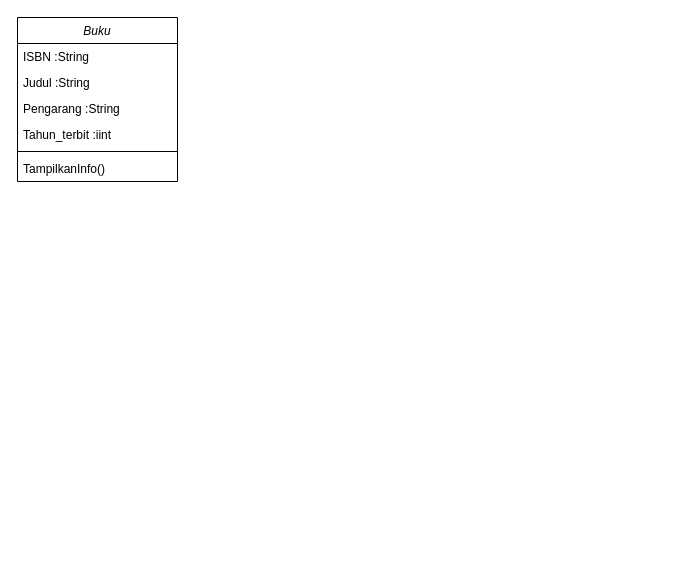
zzarr/Project3-design-diagram keeps this draw.io diagram as Latihan1Praktikum4.drawio. Above is the earlier version. Source tidied: cells renumbered, new cells numbered last; positions are measured from the earlier drawing's top-left corner, leaving out a move shared by most shapes. Both pictures are drawn from the tidied source at 100%, with x=0, y=0 at pixel (17, 17).
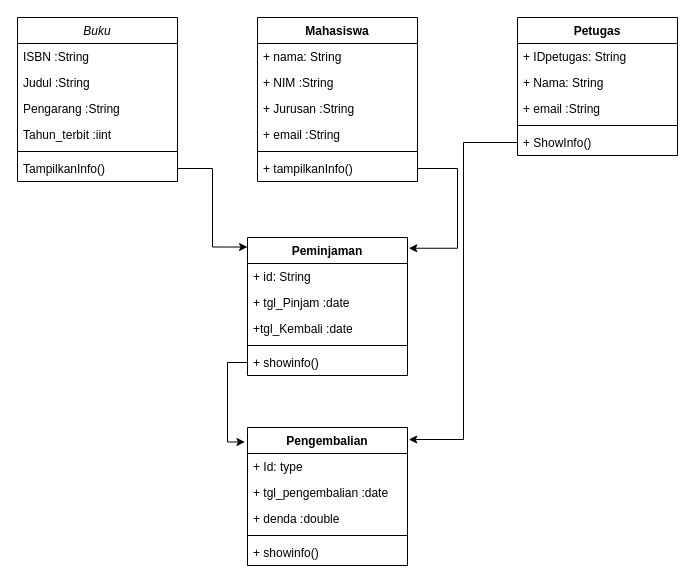
Above is the later version.

The change refers to these unchanged cells:
```xml
<mxCell id="8" value="TampilkanInfo()" style="text;align=left;verticalAlign=top;spacingLeft=4;spacingRight=4;overflow=hidden;points=[[0,0.5],[1,0.5]];portConstraint=eastwest;" parent="2" vertex="1">
  <mxGeometry y="138" width="160" height="26" as="geometry" />
</mxCell>
```

The edit, as a diff of the source:
```diff
@@
+    <mxCell id="9" value="Mahasiswa" style="swimlane;fontStyle=1;align=center;verticalAlign=top;horizontal=1;startSize=26;whiteSpace=wrap;html=1;" parent="1" vertex="1">
+      <mxGeometry x="240" width="160" height="164" as="geometry" />
+    </mxCell>
+    <mxCell id="10" value="+ nama: String" style="text;strokeColor=none;fillColor=none;align=left;verticalAlign=top;spacingLeft=4;spacingRight=4;overflow=hidden;whiteSpace=wrap;html=1;" parent="9" vertex="1">
+      <mxGeometry y="26" width="160" height="26" as="geometry" />
+    </mxCell>
+    <mxCell id="11" value="+ NIM :String" style="text;strokeColor=none;fillColor=none;align=left;verticalAlign=top;spacingLeft=4;spacingRight=4;overflow=hidden;whiteSpace=wrap;html=1;" parent="9" vertex="1">
+      <mxGeometry y="52" width="160" height="26" as="geometry" />
+    </mxCell>
+    <mxCell id="12" value="+ Jurusan :String" style="text;strokeColor=none;fillColor=none;align=left;verticalAlign=top;spacingLeft=4;spacingRight=4;overflow=hidden;whiteSpace=wrap;html=1;" parent="9" vertex="1">
+      <mxGeometry y="78" width="160" height="26" as="geometry" />
+    </mxCell>
+    <mxCell id="13" value="+ email :String" style="text;strokeColor=none;fillColor=none;align=left;verticalAlign=top;spacingLeft=4;spacingRight=4;overflow=hidden;whiteSpace=wrap;html=1;" parent="9" vertex="1">
+      <mxGeometry y="104" width="160" height="26" as="geometry" />
+    </mxCell>
+    <mxCell id="14" style="line;strokeWidth=1;fillColor=none;align=left;verticalAlign=middle;spacingTop=-1;spacingLeft=3;spacingRight=3;labelPosition=right;strokeColor=inherit;" parent="9" vertex="1">
+      <mxGeometry y="130" width="160" height="8" as="geometry" />
+    </mxCell>
+    <mxCell id="15" value="+ tampilkanInfo()" style="text;strokeColor=none;fillColor=none;align=left;verticalAlign=top;spacingLeft=4;spacingRight=4;overflow=hidden;points=[[0,0.5],[1,0.5]];portConstraint=eastwest;whiteSpace=wrap;html=1;" parent="9" vertex="1">
+      <mxGeometry y="138" width="160" height="26" as="geometry" />
+    </mxCell>
+    <mxCell id="16" value="Petugas" style="swimlane;fontStyle=1;align=center;verticalAlign=top;horizontal=1;startSize=26;whiteSpace=wrap;html=1;" parent="1" vertex="1">
+      <mxGeometry x="500" width="160" height="138" as="geometry" />
+    </mxCell>
+    <mxCell id="17" value="+ IDpetugas: String" style="text;strokeColor=none;fillColor=none;align=left;verticalAlign=top;spacingLeft=4;spacingRight=4;overflow=hidden;whiteSpace=wrap;html=1;" parent="16" vertex="1">
+      <mxGeometry y="26" width="160" height="26" as="geometry" />
+    </mxCell>
+    <mxCell id="18" value="+ Nama: String" style="text;strokeColor=none;fillColor=none;align=left;verticalAlign=top;spacingLeft=4;spacingRight=4;overflow=hidden;whiteSpace=wrap;html=1;" parent="16" vertex="1">
+      <mxGeometry y="52" width="160" height="26" as="geometry" />
+    </mxCell>
+    <mxCell id="19" value="+ email :String" style="text;strokeColor=none;fillColor=none;align=left;verticalAlign=top;spacingLeft=4;spacingRight=4;overflow=hidden;whiteSpace=wrap;html=1;" parent="16" vertex="1">
+      <mxGeometry y="78" width="160" height="26" as="geometry" />
+    </mxCell>
+    <mxCell id="20" style="line;strokeWidth=1;fillColor=none;align=left;verticalAlign=middle;spacingTop=-1;spacingLeft=3;spacingRight=3;labelPosition=right;strokeColor=inherit;" parent="16" vertex="1">
+      <mxGeometry y="104" width="160" height="8" as="geometry" />
+    </mxCell>
+    <mxCell id="21" value="+ ShowInfo()&amp;nbsp;" style="text;strokeColor=none;fillColor=none;align=left;verticalAlign=top;spacingLeft=4;spacingRight=4;overflow=hidden;points=[[0,0.5],[1,0.5]];portConstraint=eastwest;whiteSpace=wrap;html=1;" parent="16" vertex="1">
+      <mxGeometry y="112" width="160" height="26" as="geometry" />
+    </mxCell>
+    <mxCell id="22" value="Peminjaman" style="swimlane;fontStyle=1;align=center;verticalAlign=top;horizontal=1;startSize=26;whiteSpace=wrap;html=1;" parent="1" vertex="1">
+      <mxGeometry x="230" y="220" width="160" height="138" as="geometry" />
+    </mxCell>
+    <mxCell id="23" value="+ id: String" style="text;strokeColor=none;fillColor=none;align=left;verticalAlign=top;spacingLeft=4;spacingRight=4;overflow=hidden;whiteSpace=wrap;html=1;" parent="22" vertex="1">
+      <mxGeometry y="26" width="160" height="26" as="geometry" />
+    </mxCell>
+    <mxCell id="24" value="+ tgl_Pinjam :date" style="text;strokeColor=none;fillColor=none;align=left;verticalAlign=top;spacingLeft=4;spacingRight=4;overflow=hidden;whiteSpace=wrap;html=1;" parent="22" vertex="1">
+      <mxGeometry y="52" width="160" height="26" as="geometry" />
+    </mxCell>
+    <mxCell id="25" value="+tgl_Kembali :date" style="text;strokeColor=none;fillColor=none;align=left;verticalAlign=top;spacingLeft=4;spacingRight=4;overflow=hidden;whiteSpace=wrap;html=1;" parent="22" vertex="1">
+      <mxGeometry y="78" width="160" height="26" as="geometry" />
+    </mxCell>
+    <mxCell id="26" style="line;strokeWidth=1;fillColor=none;align=left;verticalAlign=middle;spacingTop=-1;spacingLeft=3;spacingRight=3;labelPosition=right;strokeColor=inherit;" parent="22" vertex="1">
+      <mxGeometry y="104" width="160" height="8" as="geometry" />
+    </mxCell>
+    <mxCell id="27" value="+ showinfo()" style="text;strokeColor=none;fillColor=none;align=left;verticalAlign=top;spacingLeft=4;spacingRight=4;overflow=hidden;points=[[0,0.5],[1,0.5]];portConstraint=eastwest;whiteSpace=wrap;html=1;" parent="22" vertex="1">
+      <mxGeometry y="112" width="160" height="26" as="geometry" />
+    </mxCell>
+    <mxCell id="28" value="Pengembalian" style="swimlane;fontStyle=1;align=center;verticalAlign=top;horizontal=1;startSize=26;whiteSpace=wrap;html=1;" parent="1" vertex="1">
+      <mxGeometry x="230" y="410" width="160" height="138" as="geometry" />
+    </mxCell>
+    <mxCell id="29" value="+ Id: type" style="text;strokeColor=none;fillColor=none;align=left;verticalAlign=top;spacingLeft=4;spacingRight=4;overflow=hidden;whiteSpace=wrap;html=1;" parent="28" vertex="1">
+      <mxGeometry y="26" width="160" height="26" as="geometry" />
+    </mxCell>
+    <mxCell id="30" value="+ tgl_pengembalian :date" style="text;strokeColor=none;fillColor=none;align=left;verticalAlign=top;spacingLeft=4;spacingRight=4;overflow=hidden;whiteSpace=wrap;html=1;" parent="28" vertex="1">
+      <mxGeometry y="52" width="160" height="26" as="geometry" />
+    </mxCell>
+    <mxCell id="31" value="+ denda :double" style="text;strokeColor=none;fillColor=none;align=left;verticalAlign=top;spacingLeft=4;spacingRight=4;overflow=hidden;whiteSpace=wrap;html=1;" parent="28" vertex="1">
+      <mxGeometry y="78" width="160" height="26" as="geometry" />
+    </mxCell>
+    <mxCell id="32" style="line;strokeWidth=1;fillColor=none;align=left;verticalAlign=middle;spacingTop=-1;spacingLeft=3;spacingRight=3;labelPosition=right;strokeColor=inherit;" parent="28" vertex="1">
+      <mxGeometry y="104" width="160" height="8" as="geometry" />
+    </mxCell>
+    <mxCell id="33" value="+ showinfo()" style="text;strokeColor=none;fillColor=none;align=left;verticalAlign=top;spacingLeft=4;spacingRight=4;overflow=hidden;whiteSpace=wrap;html=1;" parent="28" vertex="1">
+      <mxGeometry y="112" width="160" height="26" as="geometry" />
+    </mxCell>
+    <mxCell id="34" style="edgeStyle=orthogonalEdgeStyle;rounded=0;jettySize=auto;html=1;exitX=1;exitY=0.5;exitDx=0;exitDy=0;entryX=0;entryY=0.069;entryDx=0;entryDy=0;entryPerimeter=0;" parent="1" edge="1" source="8" target="22">
+      <mxGeometry relative="1" as="geometry" />
+    </mxCell>
+    <mxCell id="35" style="edgeStyle=elbowEdgeStyle;rounded=0;jettySize=auto;html=1;exitX=1;exitY=0.5;exitDx=0;exitDy=0;entryX=1.008;entryY=0.078;entryDx=0;entryDy=0;entryPerimeter=0;" parent="1" edge="1" source="15" target="22">
+      <mxGeometry relative="1" as="geometry">
+        <Array as="points">
+          <mxPoint x="440" y="180" />
+        </Array>
+      </mxGeometry>
+    </mxCell>
+    <mxCell id="36" style="edgeStyle=elbowEdgeStyle;rounded=0;jettySize=auto;html=1;exitX=0;exitY=0.5;exitDx=0;exitDy=0;entryX=-0.016;entryY=0.105;entryDx=0;entryDy=0;entryPerimeter=0;" parent="1" edge="1" source="27" target="28">
+      <mxGeometry relative="1" as="geometry">
+        <Array as="points">
+          <mxPoint x="210" y="390" />
+        </Array>
+      </mxGeometry>
+    </mxCell>
+    <mxCell id="37" style="edgeStyle=elbowEdgeStyle;rounded=0;jettySize=auto;html=1;exitX=0;exitY=0.5;exitDx=0;exitDy=0;entryX=1.008;entryY=0.087;entryDx=0;entryDy=0;entryPerimeter=0;" parent="1" edge="1" source="21" target="28">
+      <mxGeometry relative="1" as="geometry" />
+    </mxCell>
```
